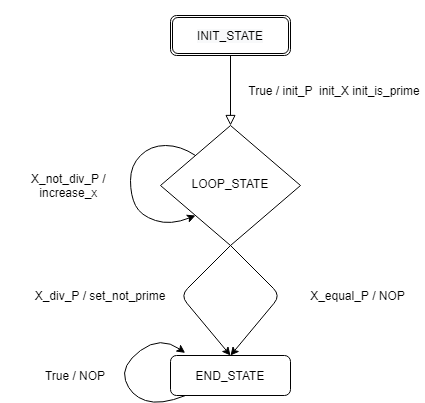
Before: test3_dia.png, a diagram exported from draw.io (emmachirlomez/FsmdSim). Source tidied: cells renumbered, new cells last; positions are measured from the earlier drawing's top-left corner, leaving out a move shared by most shapes.
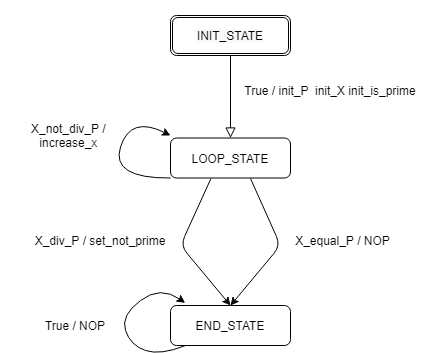
The same diagram one commit later.

Change to the diagram source:
```diff
@@ -2,52 +2,29 @@
   <root>
     <mxCell id="0" />
     <mxCell id="1" parent="0" />
-    <mxCell id="2" style="rounded=0;html=1;jettySize=auto;fontSize=11;endArrow=block;endFill=0;endSize=8;strokeWidth=1;shadow=0;labelBackgroundColor=none;edgeStyle=orthogonalEdgeStyle;" parent="1" edge="1" target="3">
-      <mxGeometry relative="1" as="geometry">
-        <mxPoint x="230" y="40" as="sourcePoint" />
-      </mxGeometry>
+    <mxCell id="2" style="rounded=0;html=1;jettySize=auto;fontSize=11;endArrow=block;endFill=0;endSize=8;strokeWidth=1;shadow=0;labelBackgroundColor=none;edgeStyle=orthogonalEdgeStyle;" parent="1" edge="1" source="14" target="3">
+      <mxGeometry relative="1" as="geometry" />
     </mxCell>
-    <mxCell id="3" value="LOOP_STATE" style="rhombus;whiteSpace=wrap;html=1;shadow=0;fontFamily=Helvetica;fontSize=12;align=center;strokeWidth=1;spacing=6;spacingTop=-4;" parent="1" vertex="1">
-      <mxGeometry x="160" y="110" width="140" height="120" as="geometry" />
-    </mxCell>
     <mxCell id="4" value="END_STATE" style="rounded=1;whiteSpace=wrap;html=1;fontSize=12;glass=0;strokeWidth=1;shadow=0;" parent="1" vertex="1">
       <mxGeometry x="170" y="340" width="120" height="40" as="geometry" />
     </mxCell>
     <mxCell id="5" value="True / init_P&amp;nbsp; init_X init_is_prime" style="text;html=1;strokeColor=none;fillColor=none;align=center;verticalAlign=middle;whiteSpace=wrap;rounded=0;" parent="1" vertex="1">
-      <mxGeometry x="244" y="50" width="180" height="50" as="geometry" />
+      <mxGeometry x="240" y="100" width="180" height="50" as="geometry" />
     </mxCell>
-    <mxCell id="6" style="endArrow=classic;html=1;exitX=0.5;exitY=1;exitDx=0;exitDy=0;entryX=0.5;entryY=0;entryDx=0;entryDy=0;" parent="1" edge="1" source="3" target="4">
-      <mxGeometry relative="1" as="geometry">
-        <Array as="points">
-          <mxPoint x="280" y="280" />
-        </Array>
-      </mxGeometry>
-    </mxCell>
     <mxCell id="7" value="X_equal_P / NOP" style="text;html=1;strokeColor=none;fillColor=none;align=center;verticalAlign=middle;whiteSpace=wrap;rounded=0;" parent="1" vertex="1">
-      <mxGeometry x="295" y="270" width="125" height="20" as="geometry" />
+      <mxGeometry x="280" y="265" width="125" height="20" as="geometry" />
     </mxCell>
-    <mxCell id="8" style="endArrow=classic;html=1;exitX=0.5;exitY=1;exitDx=0;exitDy=0;entryX=0.5;entryY=0;entryDx=0;entryDy=0;" parent="1" edge="1" source="3" target="4">
+    <mxCell id="8" style="endArrow=classic;html=1;entryX=0.5;entryY=0;entryDx=0;entryDy=0;" parent="1" edge="1" target="4">
       <mxGeometry relative="1" as="geometry">
+        <mxPoint x="210.4" y="213.2" as="sourcePoint" />
         <Array as="points">
           <mxPoint x="180" y="280" />
         </Array>
       </mxGeometry>
     </mxCell>
     <mxCell id="9" value="X_div_P / set_not_prime" style="text;html=1;strokeColor=none;fillColor=none;align=center;verticalAlign=middle;whiteSpace=wrap;rounded=0;" parent="1" vertex="1">
-      <mxGeometry x="30" y="265" width="140" height="30" as="geometry" />
+      <mxGeometry x="30" y="260" width="140" height="30" as="geometry" />
     </mxCell>
-    <mxCell id="10" style="curved=1;endArrow=classic;html=1;exitX=0;exitY=0;exitDx=0;exitDy=0;entryX=0;entryY=1;entryDx=0;entryDy=0;" parent="1" edge="1" source="3" target="3">
-      <mxGeometry relative="1" as="geometry">
-        <Array as="points">
-          <mxPoint x="180" y="130" />
-          <mxPoint x="150" y="130" />
-          <mxPoint x="130" y="150" />
-          <mxPoint x="130" y="180" />
-          <mxPoint x="140" y="200" />
-          <mxPoint x="170" y="210" />
-        </Array>
-      </mxGeometry>
-    </mxCell>
     <mxCell id="11" value="X_not_div_P /&amp;nbsp;&lt;br&gt;increase_x&amp;nbsp;" style="text;html=1;strokeColor=none;fillColor=none;align=center;verticalAlign=middle;whiteSpace=wrap;rounded=0;" parent="1" vertex="1">
       <mxGeometry y="127.5" width="140" height="85" as="geometry" />
     </mxCell>
@@ -65,8 +42,28 @@
     <mxCell id="13" value="True / NOP" style="text;html=1;strokeColor=none;fillColor=none;align=center;verticalAlign=middle;whiteSpace=wrap;rounded=0;" parent="1" vertex="1">
       <mxGeometry x="30" y="345" width="90" height="30" as="geometry" />
     </mxCell>
+    <mxCell id="15" style="endArrow=classic;html=1;entryX=0.5;entryY=0;entryDx=0;entryDy=0;" parent="1" edge="1" target="4">
+      <mxGeometry relative="1" as="geometry">
+        <mxPoint x="250" y="213" as="sourcePoint" />
+        <Array as="points">
+          <mxPoint x="280" y="280" />
+        </Array>
+      </mxGeometry>
+    </mxCell>
+    <mxCell id="3" value="LOOP_STATE" style="rounded=1;whiteSpace=wrap;html=1;" parent="1" vertex="1">
+      <mxGeometry x="170" y="172.5" width="120" height="40" as="geometry" />
+    </mxCell>
     <mxCell id="14" value="&#10;&#10;&lt;span style=&quot;color: rgb(0, 0, 0); font-family: helvetica; font-size: 12px; font-style: normal; font-weight: 400; letter-spacing: normal; text-align: center; text-indent: 0px; text-transform: none; word-spacing: 0px; background-color: rgb(248, 249, 250); display: inline; float: none;&quot;&gt;INIT_STATE&lt;/span&gt;&#10;&#10;" style="shape=ext;double=1;rounded=1;whiteSpace=wrap;html=1;" parent="1" vertex="1">
-      <mxGeometry x="170" width="120" height="40" as="geometry" />
+      <mxGeometry x="170" y="50" width="120" height="40" as="geometry" />
     </mxCell>
+    <mxCell id="16" style="curved=1;endArrow=classic;html=1;exitX=0;exitY=1;exitDx=0;exitDy=0;" parent="1" edge="1" source="3">
+      <mxGeometry relative="1" as="geometry">
+        <mxPoint x="170" y="170" as="targetPoint" />
+        <Array as="points">
+          <mxPoint x="110" y="213" />
+          <mxPoint x="130" y="150" />
+        </Array>
+      </mxGeometry>
+    </mxCell>
   </root>
 </mxGraphModel>
```
